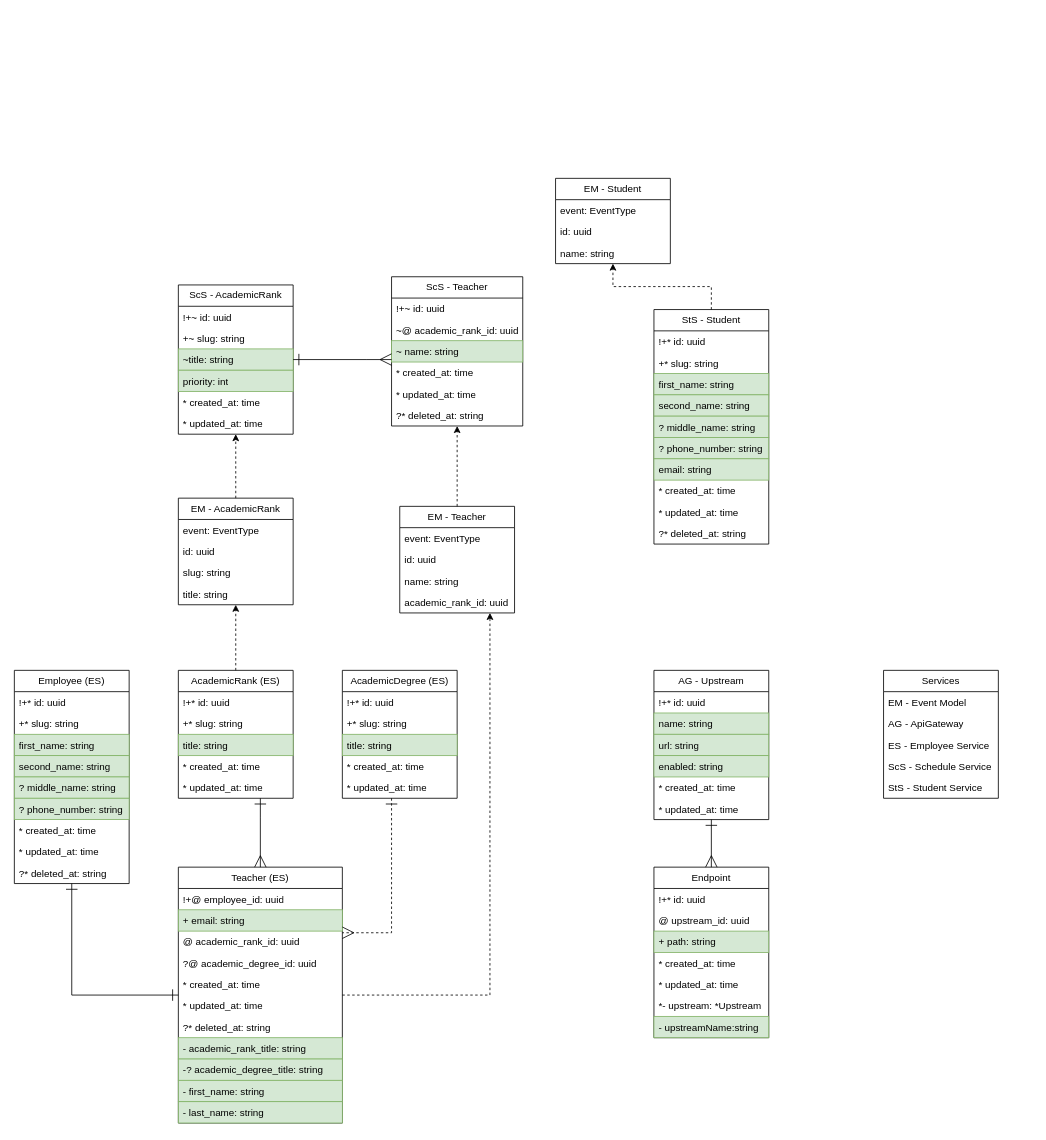
This is page "General" (2 of 7) of docs/entity_relationship.drawio from IrusHunter/duckademic, a draw.io file, before an edit. Source tidied: cells renumbered, new cells numbered last; positions are measured from the earlier drawing's top-left corner, leaving out a move shared by most shapes. Both pictures are drawn from the tidied source at 82%, with x=0, y=0 at pixel (14, 178).
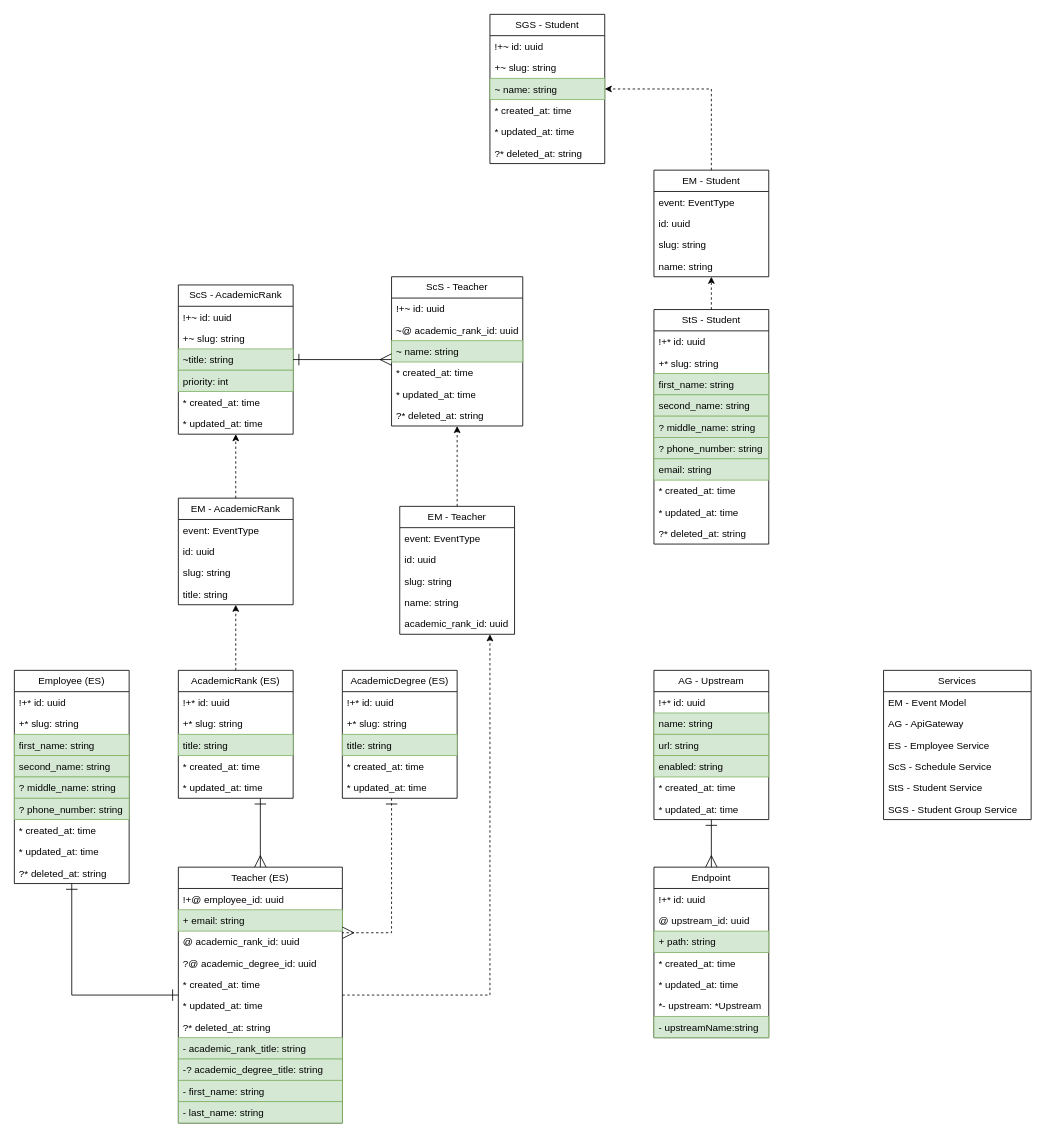
Above is the later version.

Diff of the diagram source:
```diff
@@
     <mxCell id="18" value="Services" style="swimlane;fontStyle=0;horizontal=1;startSize=26;fillColor=none;whiteSpace=wrap;html=1;" parent="1" vertex="1">
-      <mxGeometry x="1060" y="600" width="140" height="156" as="geometry" />
+      <mxGeometry x="1060" y="600" width="180" height="182" as="geometry" />
     </mxCell>
     <mxCell id="19" value="EM - Event Model" style="text;strokeColor=none;fillColor=none;align=left;verticalAlign=top;spacingLeft=4;spacingRight=4;overflow=hidden;whiteSpace=wrap;html=1;" parent="18" vertex="1">
-      <mxGeometry y="26" width="140" height="26" as="geometry" />
+      <mxGeometry y="26" width="180" height="26" as="geometry" />
     </mxCell>
     <mxCell id="20" value="AG - ApiGateway" style="text;strokeColor=none;fillColor=none;align=left;verticalAlign=top;spacingLeft=4;spacingRight=4;overflow=hidden;whiteSpace=wrap;html=1;" parent="18" vertex="1">
-      <mxGeometry y="52" width="140" height="26" as="geometry" />
+      <mxGeometry y="52" width="180" height="26" as="geometry" />
     </mxCell>
     <mxCell id="21" value="ES - Employee Service" style="text;strokeColor=none;fillColor=none;align=left;verticalAlign=top;spacingLeft=4;spacingRight=4;overflow=hidden;whiteSpace=wrap;html=1;" parent="18" vertex="1">
-      <mxGeometry y="78" width="140" height="26" as="geometry" />
+      <mxGeometry y="78" width="180" height="26" as="geometry" />
     </mxCell>
     <mxCell id="22" value="ScS - Schedule Service" style="text;strokeColor=none;fillColor=none;align=left;verticalAlign=top;spacingLeft=4;spacingRight=4;overflow=hidden;whiteSpace=wrap;html=1;" parent="18" vertex="1">
-      <mxGeometry y="104" width="140" height="26" as="geometry" />
+      <mxGeometry y="104" width="180" height="26" as="geometry" />
     </mxCell>
     <mxCell id="23" value="StS - Student Service" style="text;strokeColor=none;fillColor=none;align=left;verticalAlign=top;spacingLeft=4;spacingRight=4;overflow=hidden;whiteSpace=wrap;html=1;" parent="18" vertex="1">
-      <mxGeometry y="130" width="140" height="26" as="geometry" />
+      <mxGeometry y="130" width="180" height="26" as="geometry" />
     </mxCell>
+    <mxCell id="106" value="SGS - Student Group Service" style="text;strokeColor=none;fillColor=none;align=left;verticalAlign=top;spacingLeft=4;spacingRight=4;overflow=hidden;whiteSpace=wrap;html=1;" parent="18" vertex="1">
+      <mxGeometry y="156" width="180" height="26" as="geometry" />
+    </mxCell>
@@
     <mxCell id="82" value="EM - Teacher" style="swimlane;fontStyle=0;horizontal=1;startSize=26;fillColor=none;whiteSpace=wrap;html=1;" parent="1" vertex="1">
-      <mxGeometry x="470" y="400" width="140" height="130" as="geometry" />
+      <mxGeometry x="470" y="400" width="140" height="156" as="geometry" />
     </mxCell>
@@
+    <mxCell id="107" value="slug: string" style="text;strokeColor=none;fillColor=none;align=left;verticalAlign=top;spacingLeft=4;spacingRight=4;overflow=hidden;whiteSpace=wrap;html=1;" parent="82" vertex="1">
+      <mxGeometry y="78" width="140" height="26" as="geometry" />
+    </mxCell>
     <mxCell id="85" value="name: string" style="text;strokeColor=none;fillColor=none;align=left;verticalAlign=top;spacingLeft=4;spacingRight=4;overflow=hidden;whiteSpace=wrap;html=1;" parent="82" vertex="1">
-      <mxGeometry y="78" width="140" height="26" as="geometry" />
+      <mxGeometry y="104" width="140" height="26" as="geometry" />
     </mxCell>
     <mxCell id="86" value="academic_rank_id: uuid" style="text;align=left;verticalAlign=top;spacingLeft=4;spacingRight=4;overflow=hidden;whiteSpace=wrap;html=1;" parent="82" vertex="1">
-      <mxGeometry y="104" width="140" height="26" as="geometry" />
+      <mxGeometry y="130" width="140" height="26" as="geometry" />
     </mxCell>
@@
     <mxCell id="101" value="EM - Student" style="swimlane;fontStyle=0;horizontal=1;startSize=26;fillColor=none;whiteSpace=wrap;html=1;" parent="1" vertex="1">
-      <mxGeometry x="660" width="140" height="104" as="geometry" />
+      <mxGeometry x="780" y="-10" width="140" height="130" as="geometry" />
     </mxCell>
@@
+    <mxCell id="108" value="slug: string" style="text;strokeColor=none;fillColor=none;align=left;verticalAlign=top;spacingLeft=4;spacingRight=4;overflow=hidden;whiteSpace=wrap;html=1;" parent="101" vertex="1">
+      <mxGeometry y="78" width="140" height="26" as="geometry" />
+    </mxCell>
     <mxCell id="104" value="name: string" style="text;strokeColor=none;fillColor=none;align=left;verticalAlign=top;spacingLeft=4;spacingRight=4;overflow=hidden;whiteSpace=wrap;html=1;" parent="101" vertex="1">
-      <mxGeometry y="78" width="140" height="26" as="geometry" />
+      <mxGeometry y="104" width="140" height="26" as="geometry" />
     </mxCell>
@@
+    <mxCell id="109" value="SGS - Student" style="swimlane;fontStyle=0;horizontal=1;startSize=26;fillColor=none;whiteSpace=wrap;html=1;" parent="1" vertex="1">
+      <mxGeometry x="580" y="-200" width="140" height="182" as="geometry" />
+    </mxCell>
+    <mxCell id="110" value="!+~ id: uuid" style="text;strokeColor=none;fillColor=none;align=left;verticalAlign=top;spacingLeft=4;spacingRight=4;overflow=hidden;whiteSpace=wrap;html=1;" parent="109" vertex="1">
+      <mxGeometry y="26" width="140" height="26" as="geometry" />
+    </mxCell>
+    <mxCell id="111" value="+~ slug: string" style="text;strokeColor=none;fillColor=none;align=left;verticalAlign=top;spacingLeft=4;spacingRight=4;overflow=hidden;whiteSpace=wrap;html=1;" parent="109" vertex="1">
+      <mxGeometry y="52" width="140" height="26" as="geometry" />
+    </mxCell>
+    <mxCell id="112" value="~ name: string" style="text;strokeColor=#82b366;fillColor=#d5e8d4;align=left;verticalAlign=top;spacingLeft=4;spacingRight=4;overflow=hidden;whiteSpace=wrap;html=1;" parent="109" vertex="1">
+      <mxGeometry y="78" width="140" height="26" as="geometry" />
+    </mxCell>
+    <mxCell id="113" value="* created_at: time" style="text;strokeColor=none;fillColor=none;align=left;verticalAlign=top;spacingLeft=4;spacingRight=4;overflow=hidden;whiteSpace=wrap;html=1;" parent="109" vertex="1">
+      <mxGeometry y="104" width="140" height="26" as="geometry" />
+    </mxCell>
+    <mxCell id="114" value="* updated_at: time" style="text;strokeColor=none;fillColor=none;align=left;verticalAlign=top;spacingLeft=4;spacingRight=4;overflow=hidden;whiteSpace=wrap;html=1;" parent="109" vertex="1">
+      <mxGeometry y="130" width="140" height="26" as="geometry" />
+    </mxCell>
+    <mxCell id="115" value="?* deleted_at: string" style="text;strokeColor=none;fillColor=none;align=left;verticalAlign=top;spacingLeft=4;spacingRight=4;overflow=hidden;whiteSpace=wrap;html=1;" parent="109" vertex="1">
+      <mxGeometry y="156" width="140" height="26" as="geometry" />
+    </mxCell>
+    <mxCell id="116" style="edgeStyle=orthogonalEdgeStyle;html=1;rounded=0;dashed=1;" parent="1" edge="1" source="101" target="109">
+      <mxGeometry relative="1" as="geometry">
+        <Array as="points">
+          <mxPoint x="850" y="-109" />
+        </Array>
+      </mxGeometry>
+    </mxCell>
```
